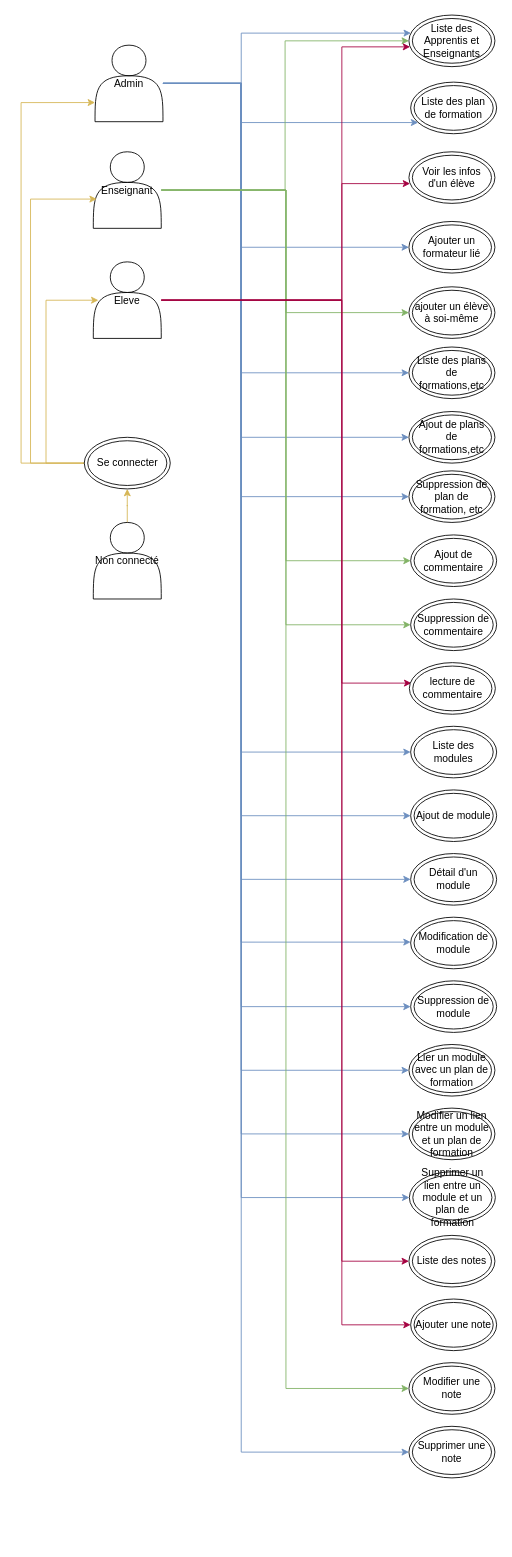
benmoumene/manage-course-codeigniter-4 keeps this draw.io diagram as documentation/schema d'utilisation.drawio. Above is the earlier version. Source tidied: cells renumbered, new cells numbered last; positions are measured from the earlier drawing's top-left corner, leaving out a move shared by most shapes. Both pictures are drawn from the tidied source at 86%, with x=0, y=0 at pixel (21, 15).
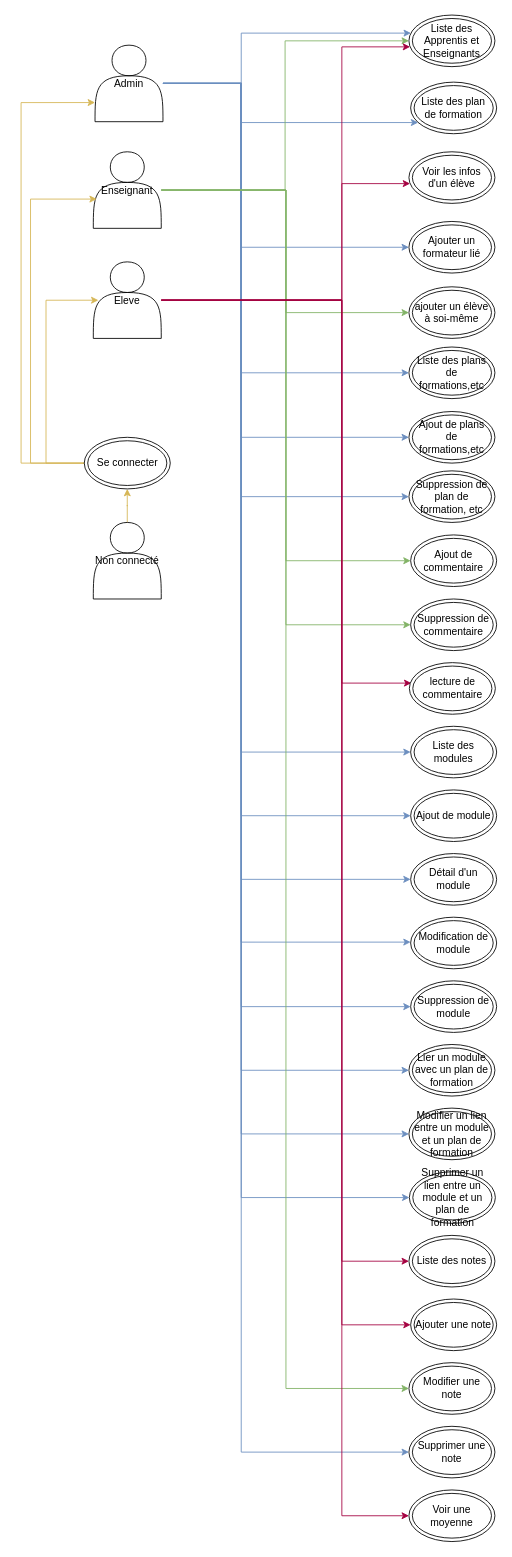
The same page after the edit.

The change refers to these unchanged cells:
```xml
<mxCell id="29" value="Eleve" style="shape=actor;whiteSpace=wrap;html=1;" parent="1" vertex="1">
  <mxGeometry x="84" y="287" width="79" height="89" as="geometry" />
</mxCell>
```

Diff of the diagram source:
```diff
@@
+    <mxCell id="59" style="edgeStyle=orthogonalEdgeStyle;rounded=0;jettySize=auto;html=1;entryX=0;entryY=0.5;entryDx=0;entryDy=0;strokeColor=#A50040;fillColor=#d80073;" parent="1" edge="1" source="29" target="60">
+      <mxGeometry relative="1" as="geometry">
+        <Array as="points">
+          <mxPoint x="373" y="332" />
+          <mxPoint x="373" y="1745" />
+        </Array>
+      </mxGeometry>
+    </mxCell>
@@
+    <mxCell id="60" value="Voir une moyenne" style="ellipse;shape=doubleEllipse;whiteSpace=wrap;html=1;" parent="1" vertex="1">
+      <mxGeometry x="451" y="1715" width="100" height="60" as="geometry" />
+    </mxCell>
```
